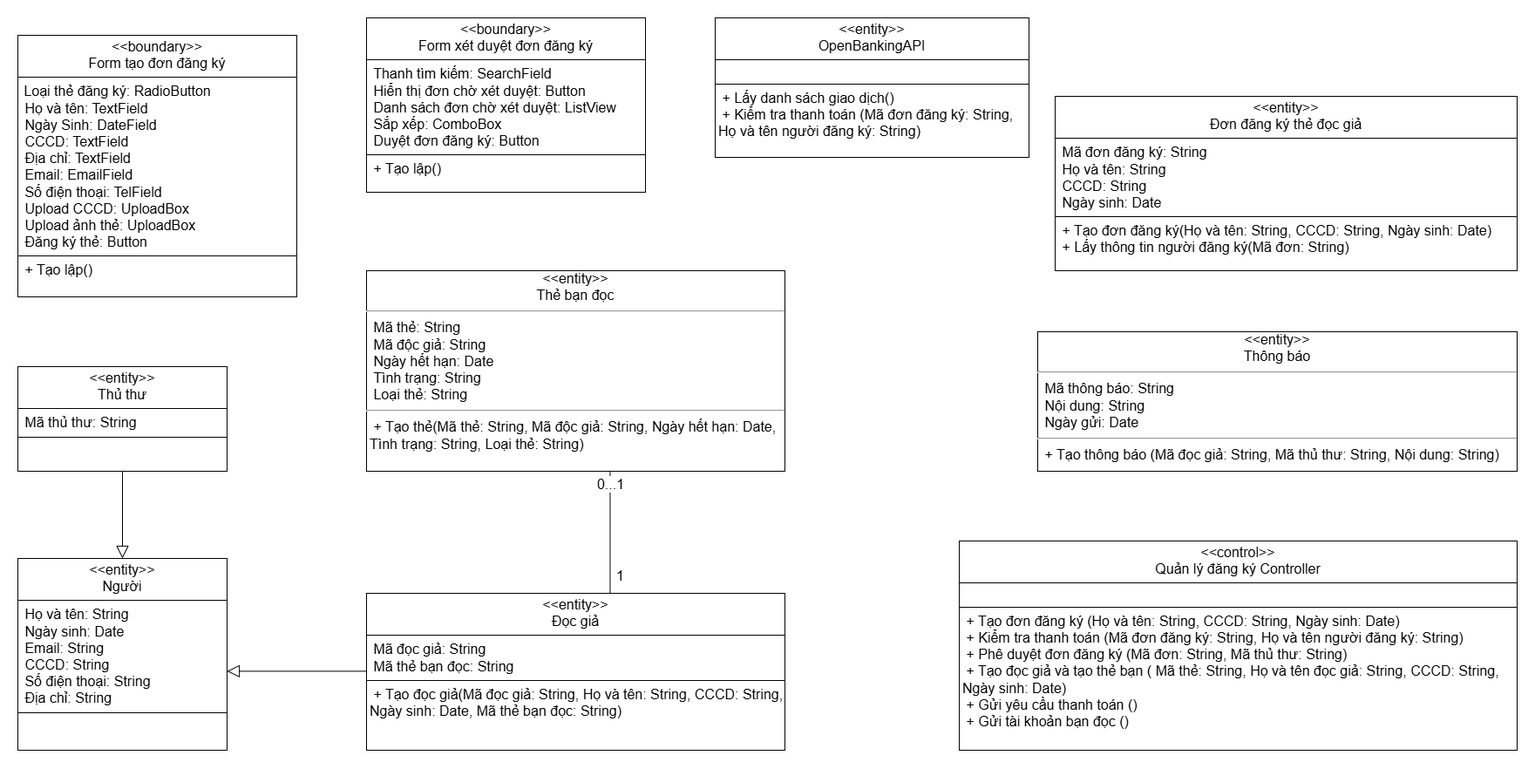
Earlier version of the draw.io export Class Diagram/Modified Class Diagram/UC Đăng ký thẻ bạn đọc - Đối chiếu, chỉnh sửa.png (kimcuongdev/LibrarySystemAD). Source tidied: cells renumbered, new cells last; positions are measured from the earlier drawing's top-left corner, leaving out a move shared by most shapes.
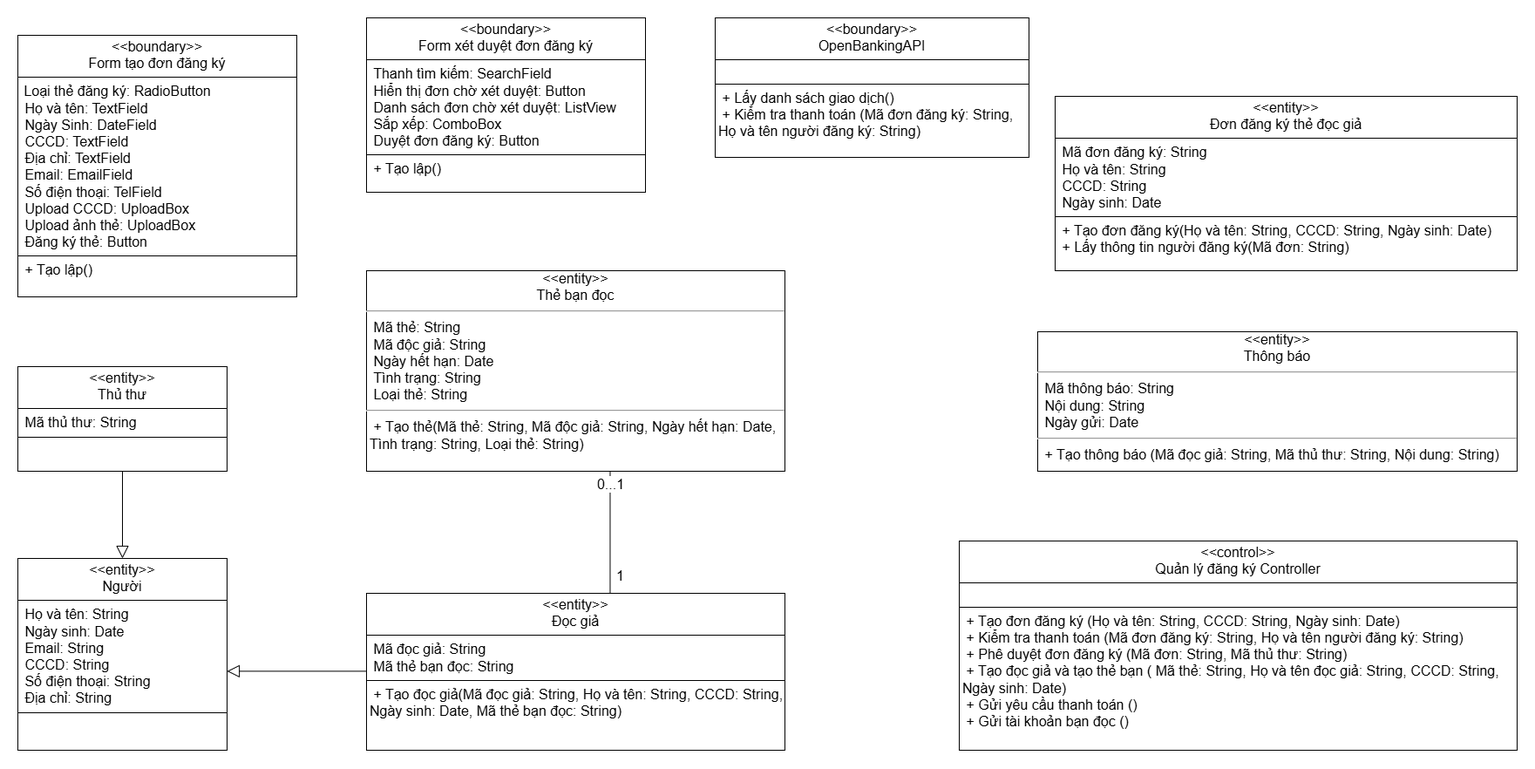
Above is the later version.

What changed in the source:
```diff
@@ -45,7 +45,7 @@
     <mxCell id="12" value="&lt;p style=&quot;margin:0px;margin-top:4px;text-align:center;&quot;&gt;&lt;span style=&quot;font-size: 16px; text-wrap-mode: nowrap; color: light-dark(rgb(0, 0, 0), rgb(255, 255, 255)); background-color: light-dark(#ffffff, var(--ge-dark-color, #121212));&quot;&gt;&amp;lt;&amp;lt;control&amp;gt;&amp;gt;&lt;/span&gt;&lt;/p&gt;&lt;div style=&quot;font-size: 16px; text-align: center; text-wrap-mode: nowrap;&quot;&gt;&lt;span style=&quot;background-color: light-dark(#ffffff, var(--ge-dark-color, #121212));&quot;&gt;Quản lý đăng ký Controller&lt;/span&gt;&lt;/div&gt;&lt;hr size=&quot;1&quot; style=&quot;border-style:solid;&quot;&gt;&lt;p style=&quot;margin:0px;margin-left:4px;&quot;&gt;&lt;span style=&quot;background-color: light-dark(#ffffff, var(--ge-dark-color, #121212));&quot;&gt;&lt;br&gt;&lt;/span&gt;&lt;/p&gt;&lt;hr size=&quot;1&quot; style=&quot;border-style:solid;&quot;&gt;&lt;p style=&quot;font-size: 16px; text-wrap-mode: nowrap; margin: 0px 0px 0px 4px;&quot;&gt;&lt;span style=&quot;background-color: light-dark(#ffffff, var(--ge-dark-color, #121212));&quot;&gt;&amp;nbsp;+ Tạo đơn đăng ký (Họ và tên: String, CCCD: String, Ngày sinh: Date)&lt;/span&gt;&lt;/p&gt;&lt;p style=&quot;font-size: 16px; text-wrap-mode: nowrap; margin: 0px 0px 0px 4px;&quot;&gt;&lt;span style=&quot;background-color: light-dark(#ffffff, var(--ge-dark-color, #121212));&quot;&gt;&amp;nbsp;+ Kiểm tra thanh toán (Mã đơn đăng ký: String, Họ và tên người đăng ký: String)&lt;/span&gt;&lt;/p&gt;&lt;p style=&quot;font-size: 16px; text-wrap-mode: nowrap; margin: 0px 0px 0px 4px;&quot;&gt;&lt;span style=&quot;background-color: light-dark(#ffffff, var(--ge-dark-color, #121212));&quot;&gt;&amp;nbsp;+ Phê duyệt đơn đăng ký (Mã đơn: String, Mã thủ thư: String)&lt;/span&gt;&lt;/p&gt;&lt;p style=&quot;font-size: 16px; text-wrap-mode: nowrap; margin: 0px 0px 0px 4px;&quot;&gt;&lt;span style=&quot;background-color: light-dark(#ffffff, var(--ge-dark-color, #121212));&quot;&gt;&amp;nbsp;+ Tạo đọc giả và tạo thẻ bạn ( Mã thẻ: String, Họ và tên đọc giả: String,&amp;nbsp;&lt;/span&gt;&lt;span style=&quot;background-color: light-dark(#ffffff, var(--ge-dark-color, #121212)); color: light-dark(rgb(0, 0, 0), rgb(255, 255, 255));&quot;&gt;CCCD: String,&amp;nbsp;&lt;/span&gt;&lt;/p&gt;&lt;p style=&quot;font-size: 16px; text-wrap-mode: nowrap; margin: 0px 0px 0px 4px;&quot;&gt;&lt;span style=&quot;color: light-dark(rgb(0, 0, 0), rgb(255, 255, 255));&quot;&gt;Ngày sinh: Date)&lt;/span&gt;&lt;/p&gt;&lt;p style=&quot;font-size: 16px; text-wrap-mode: nowrap; margin: 0px 0px 0px 4px;&quot;&gt;&lt;span style=&quot;background-color: light-dark(#ffffff, var(--ge-dark-color, #121212));&quot;&gt;&amp;nbsp;&lt;span style=&quot;color: light-dark(rgb(0, 0, 0), rgb(255, 255, 255));&quot;&gt;+ Gửi yêu cầu thanh toán ()&lt;/span&gt;&lt;/span&gt;&lt;/p&gt;&lt;p style=&quot;font-size: 16px; text-wrap-mode: nowrap; margin: 0px 0px 0px 4px;&quot;&gt;&lt;span style=&quot;background-color: light-dark(#ffffff, var(--ge-dark-color, #121212));&quot;&gt;&amp;nbsp;+ Gửi tài khoản bạn đọc ()&amp;nbsp;&lt;/span&gt;&lt;/p&gt;" style="verticalAlign=top;align=left;overflow=fill;html=1;whiteSpace=wrap;" parent="1" vertex="1">
       <mxGeometry x="1080" y="600" width="640" height="240" as="geometry" />
     </mxCell>
-    <mxCell id="13" value="&lt;p style=&quot;margin:0px;margin-top:4px;text-align:center;&quot;&gt;&lt;span style=&quot;font-size: 16px; text-wrap-mode: nowrap; background-color: transparent; color: light-dark(rgb(0, 0, 0), rgb(255, 255, 255));&quot;&gt;&amp;lt;&amp;lt;entity&amp;gt;&amp;gt;&lt;/span&gt;&lt;/p&gt;&lt;div style=&quot;font-size: 16px; text-align: center; text-wrap-mode: nowrap;&quot;&gt;OpenBankingAPI&lt;/div&gt;&lt;hr size=&quot;1&quot; style=&quot;border-style:solid;&quot;&gt;&lt;p style=&quot;margin:0px;margin-left:4px;&quot;&gt;&lt;br&gt;&lt;/p&gt;&lt;hr size=&quot;1&quot; style=&quot;border-style:solid;&quot;&gt;&lt;p style=&quot;font-size: 16px; text-wrap-mode: nowrap; margin: 0px 0px 0px 4px;&quot;&gt;&amp;nbsp;+ Lấy danh sách giao dịch()&lt;/p&gt;&lt;p style=&quot;font-size: 16px; text-wrap-mode: nowrap; margin: 0px 0px 0px 4px;&quot;&gt;&amp;nbsp;+ Kiểm tra thanh toán (&lt;span style=&quot;background-color: transparent; color: light-dark(rgb(0, 0, 0), rgb(255, 255, 255));&quot;&gt;Mã đơn đăng ký: String,&amp;nbsp;&lt;/span&gt;&lt;/p&gt;&lt;p style=&quot;font-size: 16px; text-wrap-mode: nowrap; margin: 0px 0px 0px 4px;&quot;&gt;&lt;span style=&quot;background-color: transparent; color: light-dark(rgb(0, 0, 0), rgb(255, 255, 255));&quot;&gt;Họ và tên người đăng ký: String)&lt;/span&gt;&lt;/p&gt;" style="verticalAlign=top;align=left;overflow=fill;html=1;whiteSpace=wrap;" parent="1" vertex="1">
+    <mxCell id="13" value="&lt;p style=&quot;margin:0px;margin-top:4px;text-align:center;&quot;&gt;&lt;span style=&quot;font-size: 16px; text-wrap-mode: nowrap; background-color: transparent; color: light-dark(rgb(0, 0, 0), rgb(255, 255, 255));&quot;&gt;&amp;lt;&amp;lt;boundary&amp;gt;&amp;gt;&lt;/span&gt;&lt;/p&gt;&lt;div style=&quot;font-size: 16px; text-align: center; text-wrap-mode: nowrap;&quot;&gt;OpenBankingAPI&lt;/div&gt;&lt;hr size=&quot;1&quot; style=&quot;border-style:solid;&quot;&gt;&lt;p style=&quot;margin:0px;margin-left:4px;&quot;&gt;&lt;br&gt;&lt;/p&gt;&lt;hr size=&quot;1&quot; style=&quot;border-style:solid;&quot;&gt;&lt;p style=&quot;font-size: 16px; text-wrap-mode: nowrap; margin: 0px 0px 0px 4px;&quot;&gt;&amp;nbsp;+ Lấy danh sách giao dịch()&lt;/p&gt;&lt;p style=&quot;font-size: 16px; text-wrap-mode: nowrap; margin: 0px 0px 0px 4px;&quot;&gt;&amp;nbsp;+ Kiểm tra thanh toán (&lt;span style=&quot;background-color: transparent; color: light-dark(rgb(0, 0, 0), rgb(255, 255, 255));&quot;&gt;Mã đơn đăng ký: String,&amp;nbsp;&lt;/span&gt;&lt;/p&gt;&lt;p style=&quot;font-size: 16px; text-wrap-mode: nowrap; margin: 0px 0px 0px 4px;&quot;&gt;&lt;span style=&quot;background-color: transparent; color: light-dark(rgb(0, 0, 0), rgb(255, 255, 255));&quot;&gt;Họ và tên người đăng ký: String)&lt;/span&gt;&lt;/p&gt;" style="verticalAlign=top;align=left;overflow=fill;html=1;whiteSpace=wrap;" parent="1" vertex="1">
       <mxGeometry x="800" width="360" height="160" as="geometry" />
     </mxCell>
     <mxCell id="14" value="&lt;p style=&quot;margin:0px;margin-top:4px;text-align:center;&quot;&gt;&lt;span style=&quot;font-size: 16px; text-wrap-mode: nowrap; background-color: transparent; color: light-dark(rgb(0, 0, 0), rgb(255, 255, 255));&quot;&gt;&amp;lt;&amp;lt;boundary&amp;gt;&amp;gt;&lt;/span&gt;&lt;/p&gt;&lt;div style=&quot;font-size: 16px; text-align: center; text-wrap-mode: nowrap;&quot;&gt;Form xét duyệt đơn đăng ký&lt;/div&gt;&lt;hr size=&quot;1&quot; style=&quot;border-style:solid;&quot;&gt;&lt;p style=&quot;margin:0px;margin-left:4px;&quot;&gt;&lt;font style=&quot;font-size: 16px;&quot;&gt;&amp;nbsp;Thanh tìm kiếm: SearchField&lt;/font&gt;&lt;/p&gt;&lt;p style=&quot;margin:0px;margin-left:4px;&quot;&gt;&lt;font style=&quot;font-size: 16px;&quot;&gt;&amp;nbsp;Hiển thị đơn chờ xét duyệt: Button&lt;/font&gt;&lt;/p&gt;&lt;p style=&quot;margin:0px;margin-left:4px;&quot;&gt;&lt;font style=&quot;font-size: 16px;&quot;&gt;&amp;nbsp;Danh sách đơn chờ xét duyệt: ListView&lt;/font&gt;&lt;/p&gt;&lt;p style=&quot;margin:0px;margin-left:4px;&quot;&gt;&lt;font style=&quot;font-size: 16px;&quot;&gt;&amp;nbsp;Sắp xếp: ComboBox&lt;/font&gt;&lt;/p&gt;&lt;p style=&quot;margin:0px;margin-left:4px;&quot;&gt;&lt;font style=&quot;font-size: 16px;&quot;&gt;&amp;nbsp;Duyệt đơn đăng ký: Button&lt;/font&gt;&lt;/p&gt;&lt;hr size=&quot;1&quot; style=&quot;border-style:solid;&quot;&gt;&lt;p style=&quot;font-size: 16px; text-wrap-mode: nowrap; margin: 0px 0px 0px 4px;&quot;&gt;&amp;nbsp;+ Tạo lập()&lt;/p&gt;" style="verticalAlign=top;align=left;overflow=fill;html=1;whiteSpace=wrap;" parent="1" vertex="1">
```
